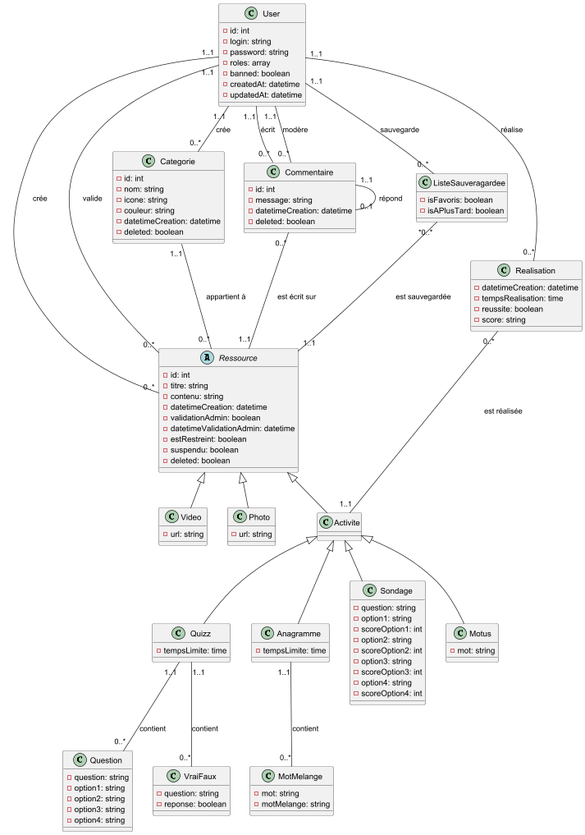
Before: docs/diagrams/diagrammeDeClasse.png, a diagram exported from PlantUML (cda1-2024/Ressources-relationnelles).
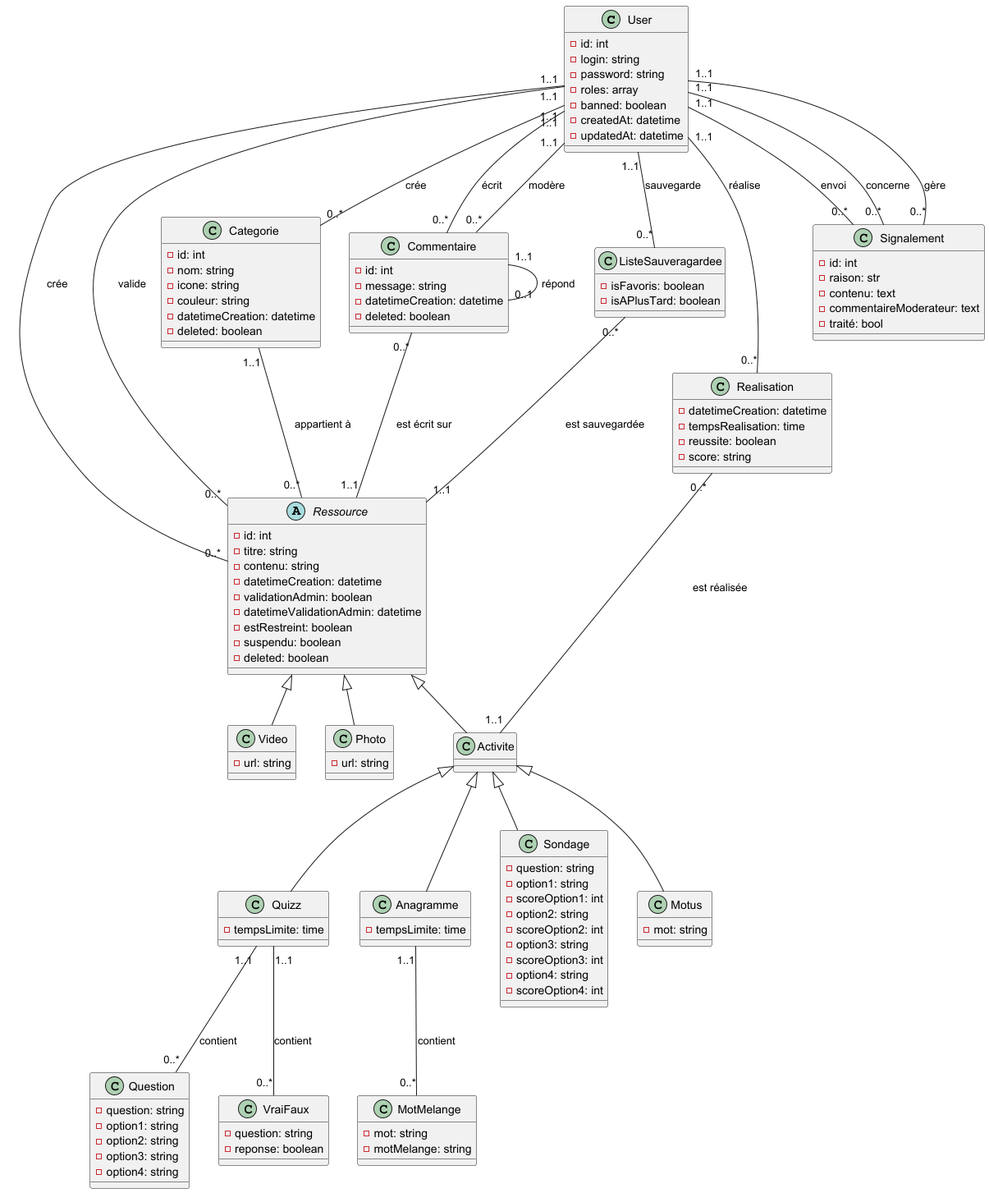
After the change.

Change to the diagram source:
```diff
@@ -100,6 +100,14 @@
     - isAPlusTard: boolean
 }
 
+class Signalement{
+    -id: int
+    -raison: str
+    -contenu: text
+    -commentaireModerateur: text
+    -traité: bool
+}
+
 Ressource <|-- Video
 Ressource <|-- Photo
 Ressource <|-- Activite
@@ -108,6 +116,10 @@
 Activite <|-- Sondage
 Activite <|-- Motus
 Activite <|-- Anagramme
+
+User "1..1" -- "0..*" Signalement : envoi
+User "1..1" -- "0..*" Signalement : concerne
+User "1..1" -- "0..*" Signalement : gère
 
 User "1..1" -- "0..*" Commentaire : écrit
 User "1..1" -- "0..*" Commentaire : modère
@@ -122,7 +134,7 @@
 
 Categorie "1..1" -- "0..*" Ressource : appartient à
 
-ListeSauveragardee "*0..*" -- "1..1" Ressource : est sauvegardée
+ListeSauveragardee "0..*" -- "1..1" Ressource : est sauvegardée
 
 Quizz "1..1" -- "0..*" Question : contient
 Quizz "1..1" -- "0..*" VraiFaux : contient
```
